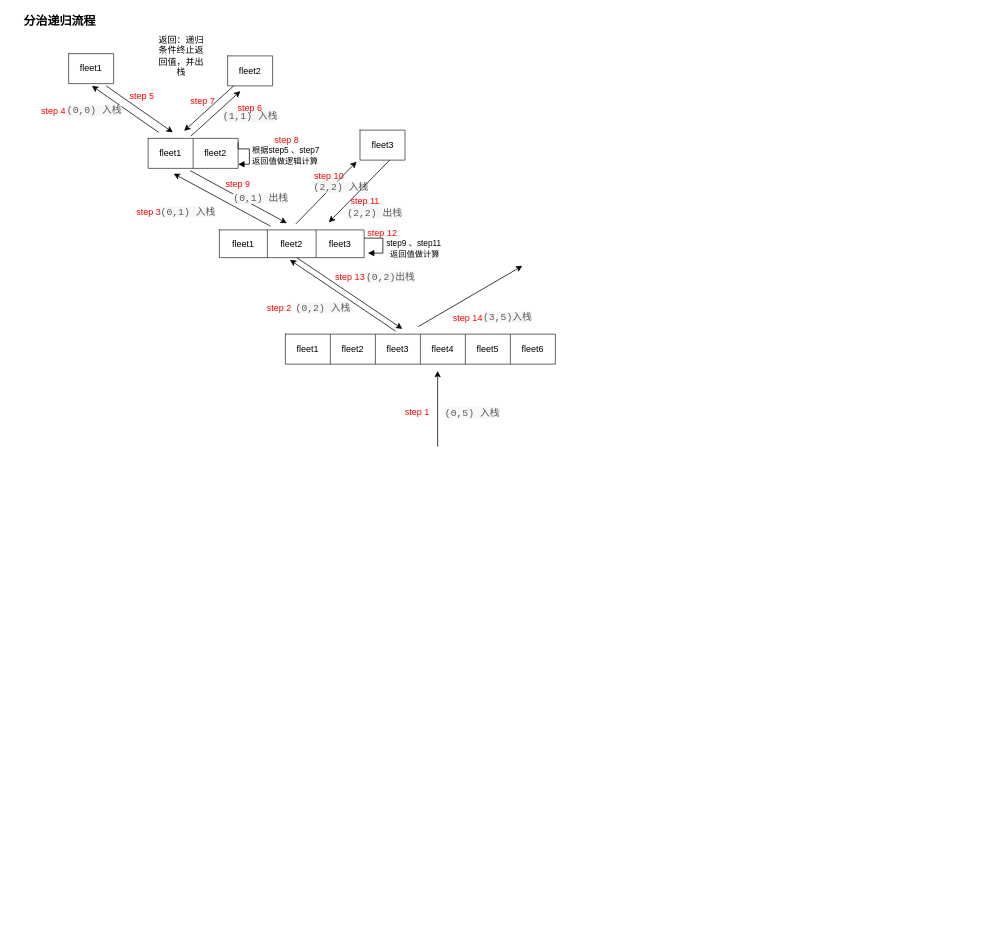
This is 算法.drawio from wuhaiyang/wuhaiyang.github.io, a draw.io file, before an edit. Source tidied: cells renumbered, new cells numbered last; positions are measured from the earlier drawing's top-left corner, leaving out a move shared by most shapes. Both pictures are drawn from the tidied source at 75%, with x=0, y=0 at pixel (13, 13).
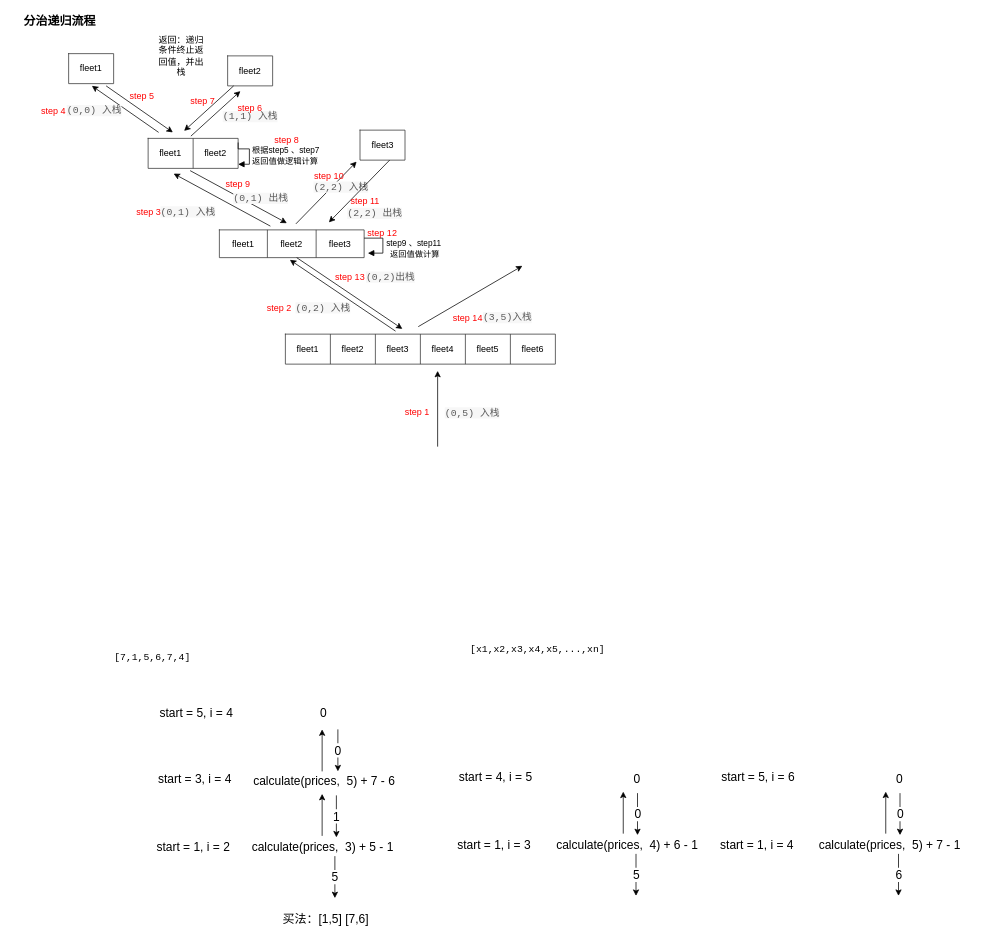
Above is the later version.

Diff of the diagram source:
```diff
@@
+    <mxCell id="69" value="calculate(prices,&amp;nbsp; 3) + 5 - 1" style="text;html=1;strokeColor=none;fillColor=none;align=center;verticalAlign=middle;whiteSpace=wrap;rounded=0;fontSize=16;" parent="1" vertex="1">
+      <mxGeometry x="293.5" y="1102" width="238" height="20" as="geometry" />
+    </mxCell>
+    <mxCell id="70" value="&lt;pre style=&quot;box-sizing: border-box ; font-size: 13px ; font-family: , &amp;#34;consolas&amp;#34; , &amp;#34;liberation mono&amp;#34; , &amp;#34;menlo&amp;#34; , &amp;#34;courier&amp;#34; , monospace ; margin-top: 0px ; margin-bottom: 1em ; overflow: auto ; background: rgba(, 0.04) ; padding: 10px 15px ; color: rgba(, 1) ; line-height: 1.6 ; border-radius: 3px&quot;&gt;[7,1,5,6,7,4]&lt;/pre&gt;" style="text;html=1;strokeColor=none;fillColor=none;align=center;verticalAlign=middle;whiteSpace=wrap;rounded=0;fontSize=16;" parent="1" vertex="1">
+      <mxGeometry x="109" y="856" width="154" height="20" as="geometry" />
+    </mxCell>
+    <mxCell id="71" value="start = 1, i = 2" style="text;html=1;strokeColor=none;fillColor=none;align=center;verticalAlign=middle;whiteSpace=wrap;rounded=0;fontSize=16;" parent="1" vertex="1">
+      <mxGeometry x="188.5" y="1102" width="103" height="20" as="geometry" />
+    </mxCell>
+    <mxCell id="72" style="endArrow=classic;html=1;fontSize=16;" parent="1" edge="1">
+      <mxGeometry relative="1" as="geometry">
+        <mxPoint x="412" y="1097" as="sourcePoint" />
+        <mxPoint x="412" y="1041" as="targetPoint" />
+      </mxGeometry>
+    </mxCell>
+    <mxCell id="73" value="start = 3, i = 4" style="text;html=1;strokeColor=none;fillColor=none;align=center;verticalAlign=middle;whiteSpace=wrap;rounded=0;fontSize=16;" parent="1" vertex="1">
+      <mxGeometry x="190.5" y="1011" width="103" height="20" as="geometry" />
+    </mxCell>
+    <mxCell id="74" value="calculate(prices,&amp;nbsp; 5) + 7 - 6" style="text;html=1;strokeColor=none;fillColor=none;align=center;verticalAlign=middle;whiteSpace=wrap;rounded=0;fontSize=16;" parent="1" vertex="1">
+      <mxGeometry x="296" y="1013" width="238" height="20" as="geometry" />
+    </mxCell>
+    <mxCell id="75" value="start = 5, i = 4" style="text;html=1;strokeColor=none;fillColor=none;align=center;verticalAlign=middle;whiteSpace=wrap;rounded=0;fontSize=16;" parent="1" vertex="1">
+      <mxGeometry x="193" y="923" width="103" height="20" as="geometry" />
+    </mxCell>
+    <mxCell id="76" value="0" style="text;html=1;strokeColor=none;fillColor=none;align=center;verticalAlign=middle;whiteSpace=wrap;rounded=0;fontSize=16;" parent="1" vertex="1">
+      <mxGeometry x="294.5" y="923" width="238" height="20" as="geometry" />
+    </mxCell>
+    <mxCell id="77" style="endArrow=classic;html=1;fontSize=16;" parent="1" edge="1">
+      <mxGeometry relative="1" as="geometry">
+        <mxPoint x="412" y="1011" as="sourcePoint" />
+        <mxPoint x="412" y="955" as="targetPoint" />
+      </mxGeometry>
+    </mxCell>
+    <mxCell id="78" value="0" style="endArrow=classic;html=1;fontSize=16;" parent="1" edge="1">
+      <mxGeometry relative="1" as="geometry">
+        <mxPoint x="433" y="955" as="sourcePoint" />
+        <mxPoint x="433" y="1011" as="targetPoint" />
+      </mxGeometry>
+    </mxCell>
+    <mxCell id="79" value="1" style="endArrow=classic;html=1;fontSize=16;" parent="1" edge="1">
+      <mxGeometry relative="1" as="geometry">
+        <mxPoint x="431" y="1043" as="sourcePoint" />
+        <mxPoint x="431" y="1099" as="targetPoint" />
+      </mxGeometry>
+    </mxCell>
+    <mxCell id="80" value="5" style="endArrow=classic;html=1;fontSize=16;" parent="1" edge="1">
+      <mxGeometry relative="1" as="geometry">
+        <mxPoint x="429" y="1124" as="sourcePoint" />
+        <mxPoint x="429" y="1180" as="targetPoint" />
+      </mxGeometry>
+    </mxCell>
+    <mxCell id="81" value="买法：[1,5] [7,6]" style="text;html=1;strokeColor=none;fillColor=none;align=center;verticalAlign=middle;whiteSpace=wrap;rounded=0;fontSize=16;" parent="1" vertex="1">
+      <mxGeometry x="305" y="1198" width="224" height="20" as="geometry" />
+    </mxCell>
+    <mxCell id="82" value="start = 1, i = 3" style="text;html=1;strokeColor=none;fillColor=none;align=center;verticalAlign=middle;whiteSpace=wrap;rounded=0;fontSize=16;" parent="1" vertex="1">
+      <mxGeometry x="590" y="1099" width="103" height="20" as="geometry" />
+    </mxCell>
+    <mxCell id="83" style="endArrow=classic;html=1;fontSize=16;" parent="1" edge="1">
+      <mxGeometry relative="1" as="geometry">
+        <mxPoint x="813.5" y="1094" as="sourcePoint" />
+        <mxPoint x="813.5" y="1038" as="targetPoint" />
+      </mxGeometry>
+    </mxCell>
+    <mxCell id="84" value="start = 4, i = 5" style="text;html=1;strokeColor=none;fillColor=none;align=center;verticalAlign=middle;whiteSpace=wrap;rounded=0;fontSize=16;" parent="1" vertex="1">
+      <mxGeometry x="592" y="1008" width="103" height="20" as="geometry" />
+    </mxCell>
+    <mxCell id="85" value="0" style="endArrow=classic;html=1;fontSize=16;" parent="1" edge="1">
+      <mxGeometry relative="1" as="geometry">
+        <mxPoint x="832.5" y="1040" as="sourcePoint" />
+        <mxPoint x="832.5" y="1096" as="targetPoint" />
+      </mxGeometry>
+    </mxCell>
+    <mxCell id="86" value="5" style="endArrow=classic;html=1;fontSize=16;" parent="1" edge="1">
+      <mxGeometry relative="1" as="geometry">
+        <mxPoint x="830.5" y="1121" as="sourcePoint" />
+        <mxPoint x="830.5" y="1177" as="targetPoint" />
+      </mxGeometry>
+    </mxCell>
+    <mxCell id="87" value="calculate(prices,&amp;nbsp; 4) + 6 - 1" style="text;html=1;strokeColor=none;fillColor=none;align=center;verticalAlign=middle;whiteSpace=wrap;rounded=0;fontSize=16;" parent="1" vertex="1">
+      <mxGeometry x="700" y="1099" width="238" height="20" as="geometry" />
+    </mxCell>
+    <mxCell id="88" value="0" style="text;html=1;strokeColor=none;fillColor=none;align=center;verticalAlign=middle;whiteSpace=wrap;rounded=0;fontSize=16;" parent="1" vertex="1">
+      <mxGeometry x="713" y="1011" width="238" height="20" as="geometry" />
+    </mxCell>
+    <mxCell id="89" value="start = 1, i = 4" style="text;html=1;strokeColor=none;fillColor=none;align=center;verticalAlign=middle;whiteSpace=wrap;rounded=0;fontSize=16;" parent="1" vertex="1">
+      <mxGeometry x="940" y="1099" width="104" height="20" as="geometry" />
+    </mxCell>
+    <mxCell id="90" style="endArrow=classic;html=1;fontSize=16;" parent="1" edge="1">
+      <mxGeometry relative="1" as="geometry">
+        <mxPoint x="1163.5" y="1094" as="sourcePoint" />
+        <mxPoint x="1163.5" y="1038" as="targetPoint" />
+      </mxGeometry>
+    </mxCell>
+    <mxCell id="91" value="start = 5, i = 6" style="text;html=1;strokeColor=none;fillColor=none;align=center;verticalAlign=middle;whiteSpace=wrap;rounded=0;fontSize=16;" parent="1" vertex="1">
+      <mxGeometry x="942" y="1008" width="103" height="20" as="geometry" />
+    </mxCell>
+    <mxCell id="92" value="0" style="endArrow=classic;html=1;fontSize=16;" parent="1" edge="1">
+      <mxGeometry relative="1" as="geometry">
+        <mxPoint x="1182.5" y="1040" as="sourcePoint" />
+        <mxPoint x="1182.5" y="1096" as="targetPoint" />
+      </mxGeometry>
+    </mxCell>
+    <mxCell id="93" value="6" style="endArrow=classic;html=1;fontSize=16;" parent="1" edge="1">
+      <mxGeometry relative="1" as="geometry">
+        <mxPoint x="1180.5" y="1121" as="sourcePoint" />
+        <mxPoint x="1180.5" y="1177" as="targetPoint" />
+      </mxGeometry>
+    </mxCell>
+    <mxCell id="94" value="calculate(prices,&amp;nbsp; 5) + 7 - 1" style="text;html=1;strokeColor=none;fillColor=none;align=center;verticalAlign=middle;whiteSpace=wrap;rounded=0;fontSize=16;" parent="1" vertex="1">
+      <mxGeometry x="1050" y="1099" width="238" height="20" as="geometry" />
+    </mxCell>
+    <mxCell id="95" value="0" style="text;html=1;strokeColor=none;fillColor=none;align=center;verticalAlign=middle;whiteSpace=wrap;rounded=0;fontSize=16;" parent="1" vertex="1">
+      <mxGeometry x="1063" y="1011" width="238" height="20" as="geometry" />
+    </mxCell>
+    <mxCell id="96" value="&lt;pre style=&quot;box-sizing: border-box ; font-size: 13px ; font-family: , &amp;#34;consolas&amp;#34; , &amp;#34;liberation mono&amp;#34; , &amp;#34;menlo&amp;#34; , &amp;#34;courier&amp;#34; , monospace ; margin-top: 0px ; margin-bottom: 1em ; overflow: auto ; background: rgba(, 0.04) ; padding: 10px 15px ; color: rgba(, 1) ; line-height: 1.6 ; border-radius: 3px&quot;&gt;[x1,x2,x3,x4,x5,...,xn]&lt;/pre&gt;" style="text;html=1;strokeColor=none;fillColor=none;align=center;verticalAlign=middle;whiteSpace=wrap;rounded=0;fontSize=16;" parent="1" vertex="1">
+      <mxGeometry x="562" y="845" width="275" height="20" as="geometry" />
+    </mxCell>
```
